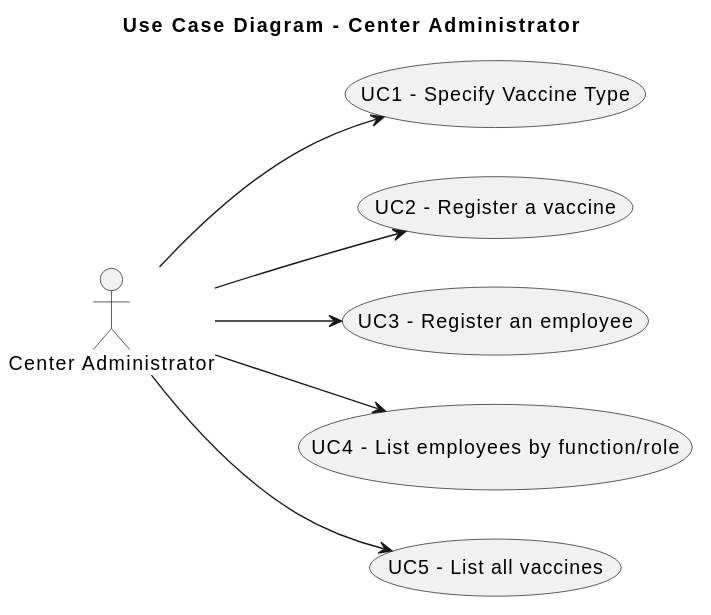
Earlier version of the PlantUML export Documentation/global-artifacts/svg/UCD_Center_Administrator.svg (Andre-1240567/fsoft2026_1DD_1). The source it was exported from:
```plantuml
@startuml
title Use Case Diagram - Center Administrator
left to right direction

actor "Center Administrator" as Admin


    usecase "UC1 - Specify Vaccine Type" as UC1
    usecase "UC2 - Register a vaccine" as UC2
    usecase "UC3 - Register an employee" as UC3
    usecase "UC4 - List employees by function/role" as UC4
    usecase "UC5 - List all vaccines" as UC5


Admin --> UC1
Admin --> UC2
Admin --> UC3
Admin --> UC4
Admin --> UC5
@enduml
```
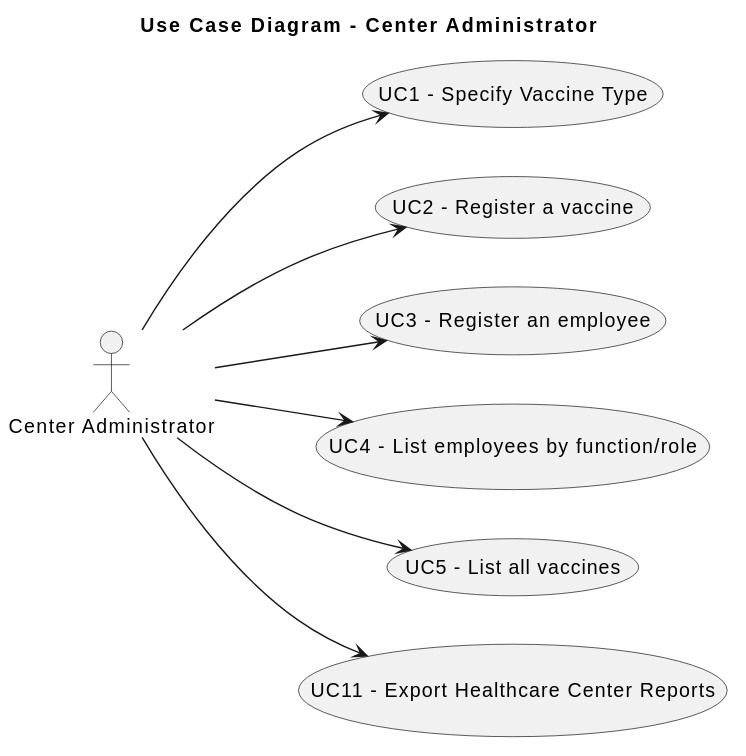
After the commit.

The edit, as a diff of the source:
```diff
@@ -10,6 +10,7 @@
     usecase "UC3 - Register an employee" as UC3
     usecase "UC4 - List employees by function/role" as UC4
     usecase "UC5 - List all vaccines" as UC5
+    usecase "UC11 - Export Healthcare Center Reports" as UC11
 
 
 Admin --> UC1
@@ -17,4 +18,5 @@
 Admin --> UC3
 Admin --> UC4
 Admin --> UC5
+Admin --> UC11
 @enduml
```
